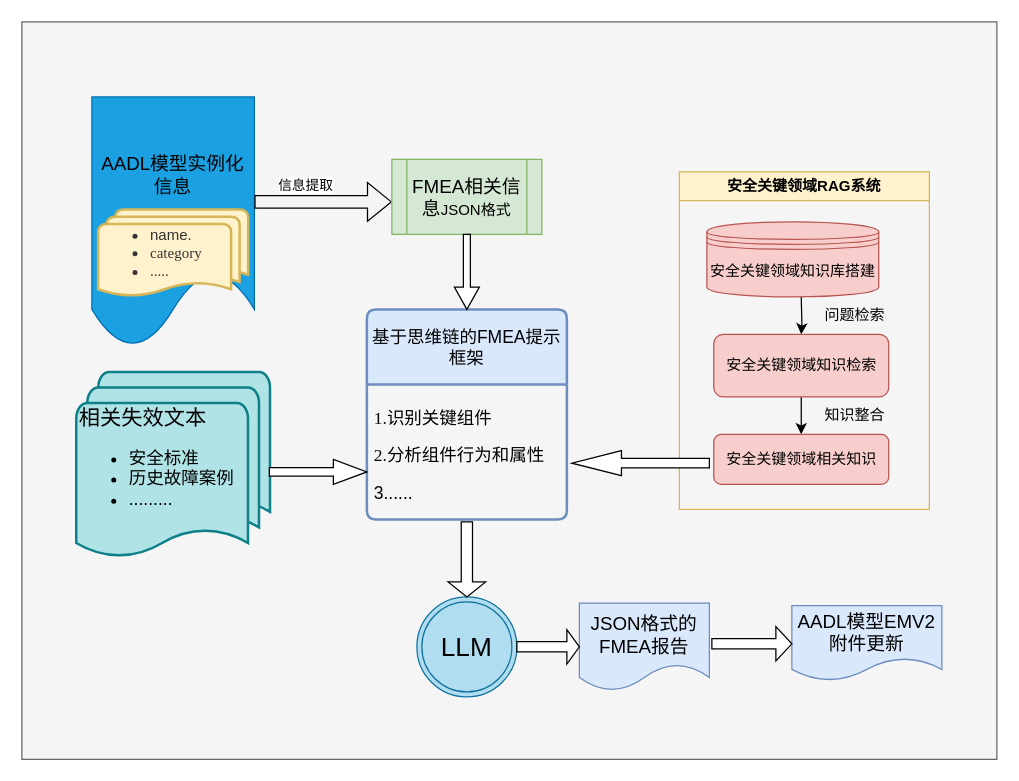
Above: 总体框架.drawio in taiwensaf/alisa-examples (draw.io), before the change. Source tidied: cells renumbered, new cells numbered last; positions are measured from the earlier drawing's top-left corner, leaving out a move shared by most shapes. Both pictures are drawn from the tidied source at 125%, with x=0, y=0 at pixel (21, 21).
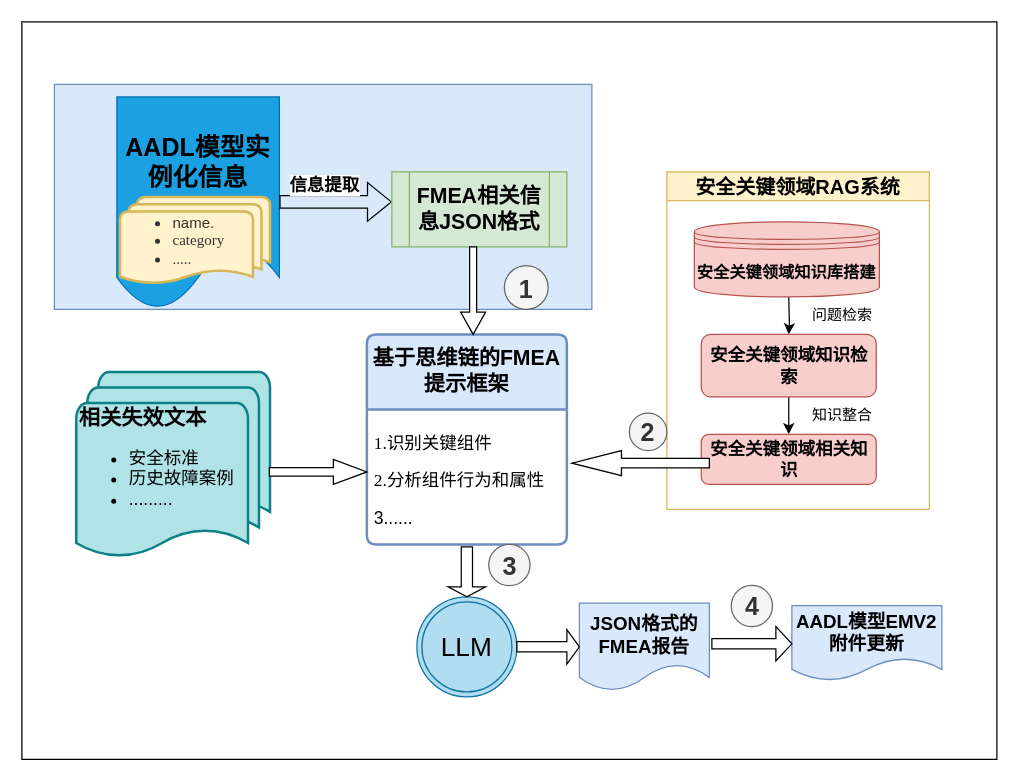
Above is the later version.

Commit message:
更新总体框架.drawio

What changed in the source:
```diff
@@
-    <mxCell id="2" style="rounded=0;whiteSpace=wrap;html=1;fillColor=#f5f5f5;fontColor=#333333;strokeColor=#666666;" parent="1" vertex="1">
+    <mxCell id="2" style="rounded=0;whiteSpace=wrap;html=1;" parent="1" vertex="1">
       <mxGeometry width="780" height="590" as="geometry" />
     </mxCell>
+    <mxCell id="29" style="rounded=0;whiteSpace=wrap;html=1;fillColor=#dae8fc;strokeColor=#6c8ebf;" parent="1" vertex="1">
+      <mxGeometry x="26" y="50" width="430" height="180" as="geometry" />
+    </mxCell>
-    <mxCell id="3" value="&lt;font style=&quot;color: rgb(0, 0, 0); font-size: 15px;&quot;&gt;AADL模型实例化信息&lt;/font&gt;&lt;div&gt;&lt;br&gt;&lt;/div&gt;" style="shape=document;whiteSpace=wrap;html=1;boundedLbl=1;align=center;fillColor=#1ba1e2;fontColor=#ffffff;strokeColor=#006EAF;" parent="1" vertex="1">
-      <mxGeometry x="56" y="60" width="130" height="200" as="geometry" />
+    <mxCell id="3" value="&lt;font style=&quot;color: rgb(0, 0, 0); font-size: 20px;&quot;&gt;&lt;b&gt;AADL模型实例化信息&lt;/b&gt;&lt;/font&gt;&lt;div&gt;&lt;br&gt;&lt;/div&gt;" style="shape=document;whiteSpace=wrap;html=1;boundedLbl=1;align=center;fillColor=#1ba1e2;fontColor=#ffffff;strokeColor=#006EAF;" parent="1" vertex="1">
+      <mxGeometry x="76" y="60" width="130" height="170" as="geometry" />
     </mxCell>
     <mxCell id="4" style="shape=flexArrow;endArrow=classic;html=1;rounded=0;" parent="1" edge="1">
       <mxGeometry relative="1" as="geometry">
-        <mxPoint x="186" y="144" as="sourcePoint" />
+        <mxPoint x="206" y="144" as="sourcePoint" />
         <mxPoint x="296" y="144" as="targetPoint" />
       </mxGeometry>
     </mxCell>
-    <mxCell id="5" value="信息提取" style="edgeLabel;html=1;align=center;verticalAlign=middle;" parent="4" vertex="1">
+    <mxCell id="5" value="&lt;b&gt;&lt;font style=&quot;font-size: 14px;&quot;&gt;信息提取&lt;/font&gt;&lt;/b&gt;" style="edgeLabel;html=1;align=center;verticalAlign=middle;" parent="4" vertex="1">
       <mxGeometry x="-0.47" y="6" relative="1" as="geometry">
         <mxPoint x="11" y="-8" as="offset" />
       </mxGeometry>
     </mxCell>
-    <mxCell id="6" value="&lt;div&gt;&lt;font style=&quot;font-size: 15px;&quot;&gt;FMEA相关信息&lt;/font&gt;&lt;span style=&quot;background-color: transparent; color: light-dark(rgb(0, 0, 0), rgb(255, 255, 255));&quot;&gt;JSON格式&lt;/span&gt;&lt;/div&gt;" style="shape=process;whiteSpace=wrap;html=1;backgroundOutline=1;fillColor=#d5e8d4;strokeColor=#82b366;" parent="1" vertex="1">
-      <mxGeometry x="296" y="110" width="120" height="60" as="geometry" />
+    <mxCell id="6" value="&lt;div&gt;&lt;b&gt;&lt;font style=&quot;font-size: 17px;&quot;&gt;&lt;font style=&quot;&quot;&gt;FMEA相关信息&lt;/font&gt;&lt;span style=&quot;background-color: transparent; color: light-dark(rgb(0, 0, 0), rgb(255, 255, 255));&quot;&gt;JSON格式&lt;/span&gt;&lt;/font&gt;&lt;/b&gt;&lt;/div&gt;" style="shape=process;whiteSpace=wrap;html=1;backgroundOutline=1;fillColor=#d5e8d4;strokeColor=#82b366;" parent="1" vertex="1">
+      <mxGeometry x="296" y="120" width="140" height="60" as="geometry" />
     </mxCell>
-    <mxCell id="7" value="安全关键领域RAG系统" style="swimlane;whiteSpace=wrap;html=1;fillColor=#fff2cc;strokeColor=#d6b656;" parent="1" vertex="1">
-      <mxGeometry x="526" y="120" width="200" height="270" as="geometry" />
+    <mxCell id="7" value="&lt;font style=&quot;font-size: 16px;&quot;&gt;安全关键领域RAG系统&lt;/font&gt;" style="swimlane;whiteSpace=wrap;html=1;fillColor=#fff2cc;strokeColor=#d6b656;" parent="1" vertex="1">
+      <mxGeometry x="516" y="120" width="210" height="270" as="geometry" />
     </mxCell>
@@
-    <mxCell id="10" value="安全关键领域知识检索" style="rounded=1;whiteSpace=wrap;html=1;fillColor=#f8cecc;strokeColor=#b85450;" parent="7" vertex="1">
+    <mxCell id="10" value="&lt;b&gt;&lt;font style=&quot;font-size: 14px;&quot;&gt;安全关键领域知识检索&lt;/font&gt;&lt;/b&gt;" style="rounded=1;whiteSpace=wrap;html=1;fillColor=#f8cecc;strokeColor=#b85450;" parent="7" vertex="1">
       <mxGeometry x="27.5" y="130" width="140" height="50" as="geometry" />
     </mxCell>
-    <mxCell id="11" value="安全关键领域相关知识" style="whiteSpace=wrap;html=1;rounded=1;fillColor=#f8cecc;strokeColor=#b85450;" parent="7" vertex="1">
+    <mxCell id="11" value="&lt;font style=&quot;font-size: 14px;&quot;&gt;&lt;b&gt;安全关键领域相关知识&lt;/b&gt;&lt;/font&gt;" style="whiteSpace=wrap;html=1;rounded=1;fillColor=#f8cecc;strokeColor=#b85450;" parent="7" vertex="1">
       <mxGeometry x="27.5" y="210" width="140" height="40" as="geometry" />
     </mxCell>
@@
-    <mxCell id="14" value="&lt;span style=&quot;text-wrap-mode: nowrap;&quot;&gt;安全关键领域知识库搭建&lt;/span&gt;" style="shape=datastore;whiteSpace=wrap;html=1;fillColor=#f8cecc;strokeColor=#b85450;" parent="7" vertex="1">
-      <mxGeometry x="22" y="40" width="137.5" height="60" as="geometry" />
+    <mxCell id="14" value="&lt;span style=&quot;text-wrap-mode: nowrap;&quot;&gt;&lt;font style=&quot;font-size: 13px;&quot;&gt;&lt;b&gt;安全关键领域知识库搭建&lt;/b&gt;&lt;/font&gt;&lt;/span&gt;" style="shape=datastore;whiteSpace=wrap;html=1;fillColor=#f8cecc;strokeColor=#b85450;" parent="7" vertex="1">
+      <mxGeometry x="22" y="40" width="148" height="60" as="geometry" />
     </mxCell>
     <mxCell id="15" value="&lt;ul style=&quot;color: rgb(51, 51, 51); line-height: 2.4px;&quot;&gt;&lt;li&gt;name.&lt;/li&gt;&lt;li&gt;&lt;p class=&quot;MsoNormal&quot;&gt;&lt;span style=&quot;font-family: &amp;quot;Times New Roman&amp;quot;; line-height: 2.4px;&quot;&gt;category&lt;/span&gt;&lt;/p&gt;&lt;/li&gt;&lt;li&gt;&lt;p class=&quot;MsoNormal&quot;&gt;&lt;span style=&quot;font-family: &amp;quot;Times New Roman&amp;quot;; background-color: transparent; color: light-dark(rgb(51, 51, 51), rgb(193, 193, 193));&quot;&gt;.....&lt;/span&gt;&lt;/p&gt;&lt;/li&gt;&lt;/ul&gt;" style="strokeWidth=2;html=1;shape=mxgraph.flowchart.multi-document;whiteSpace=wrap;align=left;fillColor=#fff2cc;strokeColor=#d6b656;" parent="1" vertex="1">
-      <mxGeometry x="61" y="150" width="120" height="70" as="geometry" />
+      <mxGeometry x="78.5" y="140" width="120" height="70" as="geometry" />
     </mxCell>
-    <mxCell id="16" value="基于思维链的FMEA提示框架" style="swimlane;horizontal=1;startSize=60;rounded=1;fontSize=14;fontStyle=0;strokeWidth=2;shadow=0;dashed=0;align=center;arcSize=4;whiteSpace=wrap;html=1;fillColor=#dae8fc;strokeColor=#6c8ebf;" parent="1" vertex="1">
-      <mxGeometry x="276" y="230" width="160" height="168" as="geometry" />
+    <mxCell id="16" value="&lt;font style=&quot;font-size: 17px;&quot;&gt;&lt;b&gt;基于思维链的FMEA提示框架&lt;/b&gt;&lt;/font&gt;" style="swimlane;horizontal=1;startSize=60;rounded=1;fontSize=14;fontStyle=0;strokeWidth=2;shadow=0;dashed=0;align=center;arcSize=4;whiteSpace=wrap;html=1;fillColor=#dae8fc;strokeColor=#6c8ebf;" parent="1" vertex="1">
+      <mxGeometry x="276" y="250" width="160" height="168" as="geometry" />
     </mxCell>
@@
     <mxCell id="19" style="html=1;shadow=0;dashed=0;align=center;verticalAlign=middle;shape=mxgraph.arrows2.arrow;dy=0.72;dx=17.8;direction=south;notch=0;" parent="1" vertex="1">
-      <mxGeometry x="346" y="170" width="20" height="60" as="geometry" />
+      <mxGeometry x="351" y="180" width="20" height="70" as="geometry" />
     </mxCell>
@@
-    <mxCell id="21" value="&lt;span style=&quot;text-wrap-mode: nowrap;&quot;&gt;&lt;font style=&quot;font-size: 17px;&quot;&gt;相关失效文本&lt;/font&gt;&lt;/span&gt;&lt;div style=&quot;&quot;&gt;&lt;ul&gt;&lt;li&gt;&lt;span style=&quot;font-size: 14px; text-wrap-mode: nowrap;&quot;&gt;安全标准&lt;/span&gt;&lt;/li&gt;&lt;li&gt;&lt;span style=&quot;font-size: 14px; text-wrap-mode: nowrap;&quot;&gt;历史故障案例&lt;/span&gt;&lt;/li&gt;&lt;li&gt;&lt;span style=&quot;font-size: 14px; text-wrap-mode: nowrap;&quot;&gt;.........&lt;/span&gt;&lt;/li&gt;&lt;/ul&gt;&lt;/div&gt;" style="strokeWidth=2;html=1;shape=mxgraph.flowchart.multi-document;whiteSpace=wrap;align=left;fillColor=#b0e3e6;strokeColor=#0e8088;" parent="1" vertex="1">
+    <mxCell id="21" value="&lt;span style=&quot;text-wrap-mode: nowrap;&quot;&gt;&lt;font style=&quot;font-size: 17px;&quot;&gt;&lt;b&gt;相关失效文本&lt;/b&gt;&lt;/font&gt;&lt;/span&gt;&lt;div style=&quot;&quot;&gt;&lt;ul&gt;&lt;li&gt;&lt;span style=&quot;font-size: 14px; text-wrap-mode: nowrap;&quot;&gt;安全标准&lt;/span&gt;&lt;/li&gt;&lt;li&gt;&lt;span style=&quot;font-size: 14px; text-wrap-mode: nowrap;&quot;&gt;历史故障案例&lt;/span&gt;&lt;/li&gt;&lt;li&gt;&lt;span style=&quot;font-size: 14px; text-wrap-mode: nowrap;&quot;&gt;.........&lt;/span&gt;&lt;/li&gt;&lt;/ul&gt;&lt;/div&gt;" style="strokeWidth=2;html=1;shape=mxgraph.flowchart.multi-document;whiteSpace=wrap;align=left;fillColor=#b0e3e6;strokeColor=#0e8088;" parent="1" vertex="1">
       <mxGeometry x="43.5" y="280" width="155" height="150" as="geometry" />
     </mxCell>
@@
-    <mxCell id="24" value="&lt;font style=&quot;font-size: 15px;&quot;&gt;JSON格式的&lt;/font&gt;&lt;div&gt;&lt;font style=&quot;font-size: 15px;&quot;&gt;FMEA报告&lt;/font&gt;&lt;/div&gt;" style="shape=document;whiteSpace=wrap;html=1;boundedLbl=1;fillColor=#dae8fc;strokeColor=#6c8ebf;" parent="1" vertex="1">
+    <mxCell id="24" value="&lt;font style=&quot;font-size: 15px;&quot;&gt;&lt;b&gt;JSON格式的&lt;/b&gt;&lt;/font&gt;&lt;div&gt;&lt;font style=&quot;font-size: 15px;&quot;&gt;&lt;b&gt;FMEA报告&lt;/b&gt;&lt;/font&gt;&lt;/div&gt;" style="shape=document;whiteSpace=wrap;html=1;boundedLbl=1;fillColor=#dae8fc;strokeColor=#6c8ebf;" parent="1" vertex="1">
       <mxGeometry x="446" y="465" width="104" height="70" as="geometry" />
     </mxCell>
-    <mxCell id="25" value="&lt;font style=&quot;font-size: 15px;&quot;&gt;AADL模型EMV2附件更新&lt;/font&gt;" style="shape=document;whiteSpace=wrap;html=1;boundedLbl=1;fillColor=#dae8fc;strokeColor=#6c8ebf;" parent="1" vertex="1">
+    <mxCell id="25" value="&lt;font style=&quot;font-size: 15px;&quot;&gt;&lt;b&gt;AADL模型EMV2附件更新&lt;/b&gt;&lt;/font&gt;" style="shape=document;whiteSpace=wrap;html=1;boundedLbl=1;fillColor=#dae8fc;strokeColor=#6c8ebf;" parent="1" vertex="1">
       <mxGeometry x="616" y="467" width="120" height="60" as="geometry" />
     </mxCell>
     <mxCell id="26" style="shape=singleArrow;direction=south;whiteSpace=wrap;html=1;" parent="1" vertex="1">
-      <mxGeometry x="341" y="400" width="30" height="60" as="geometry" />
+      <mxGeometry x="341" y="420" width="30" height="40" as="geometry" />
     </mxCell>
@@
+    <mxCell id="30" value="&lt;font style=&quot;font-size: 20px;&quot;&gt;&lt;b&gt;1&lt;/b&gt;&lt;/font&gt;" style="ellipse;whiteSpace=wrap;html=1;fillColor=#f5f5f5;fontColor=#333333;strokeColor=#666666;" parent="1" vertex="1">
+      <mxGeometry x="386" y="195" width="35" height="35" as="geometry" />
+    </mxCell>
+    <mxCell id="31" value="&lt;font style=&quot;font-size: 20px;&quot;&gt;&lt;b&gt;2&lt;/b&gt;&lt;/font&gt;" style="ellipse;whiteSpace=wrap;html=1;fillColor=#f5f5f5;fontColor=#333333;strokeColor=#666666;" parent="1" vertex="1">
+      <mxGeometry x="486" y="313" width="30" height="30" as="geometry" />
+    </mxCell>
+    <mxCell id="32" value="&lt;font style=&quot;font-size: 20px;&quot;&gt;&lt;b&gt;3&lt;/b&gt;&lt;/font&gt;" style="ellipse;whiteSpace=wrap;html=1;fillColor=#f5f5f5;fontColor=#333333;strokeColor=#666666;" parent="1" vertex="1">
+      <mxGeometry x="373.5" y="418" width="33" height="33" as="geometry" />
+    </mxCell>
+    <mxCell id="33" value="&lt;font style=&quot;font-size: 20px;&quot;&gt;&lt;b&gt;4&lt;/b&gt;&lt;/font&gt;" style="ellipse;whiteSpace=wrap;html=1;fillColor=#f5f5f5;fontColor=#333333;strokeColor=#666666;" parent="1" vertex="1">
+      <mxGeometry x="567.5" y="450.8" width="33" height="33" as="geometry" />
+    </mxCell>
```
